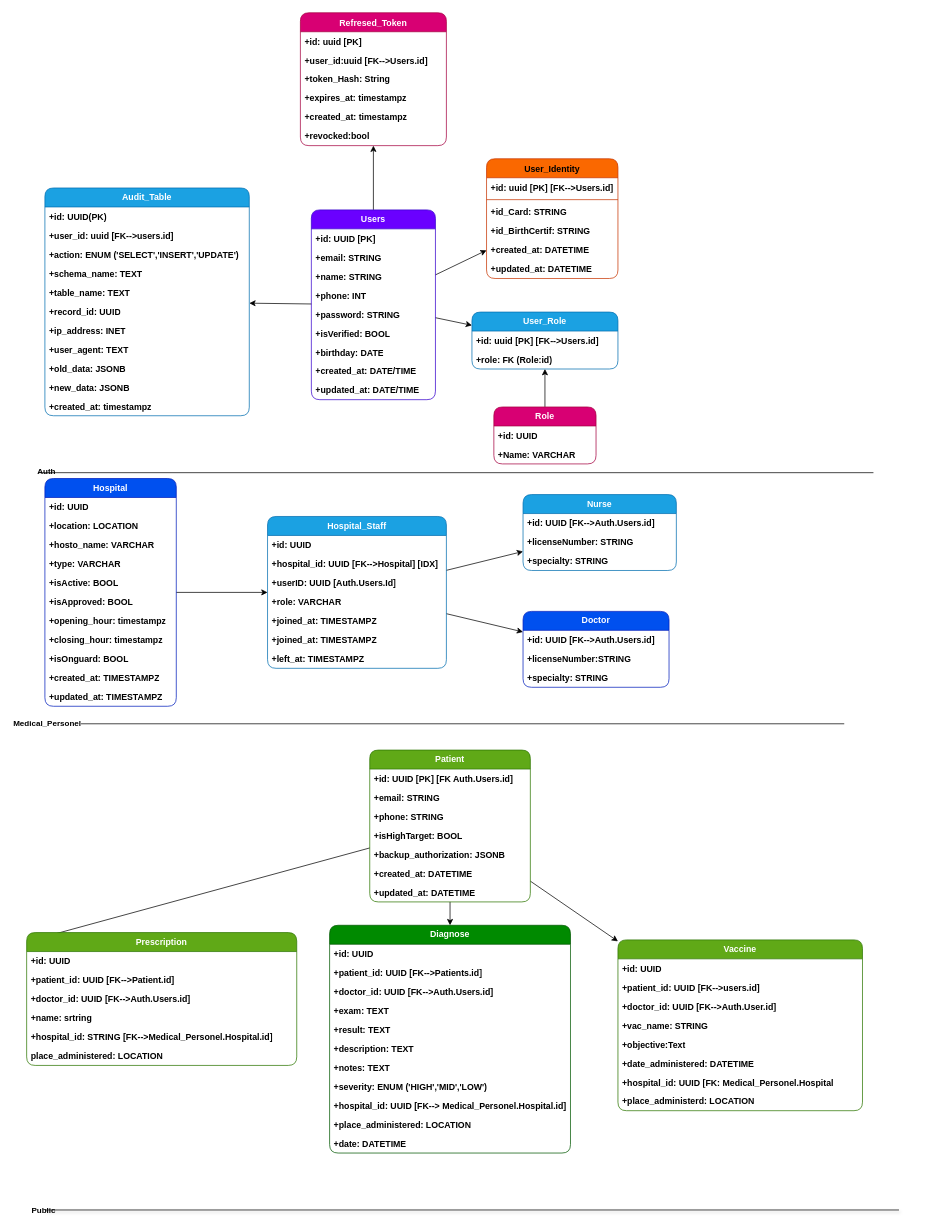
Above: page "Database" (1 of 3) of diagrams/diagrams.drawio in juanvictorqwerty/MedicalPortal (draw.io), before the change. Source tidied: cells renumbered, new cells numbered last; positions are measured from the earlier drawing's top-left corner, leaving out a move shared by most shapes. Both pictures are drawn from the tidied source at 73%, with x=0, y=0 at pixel (26, 12).
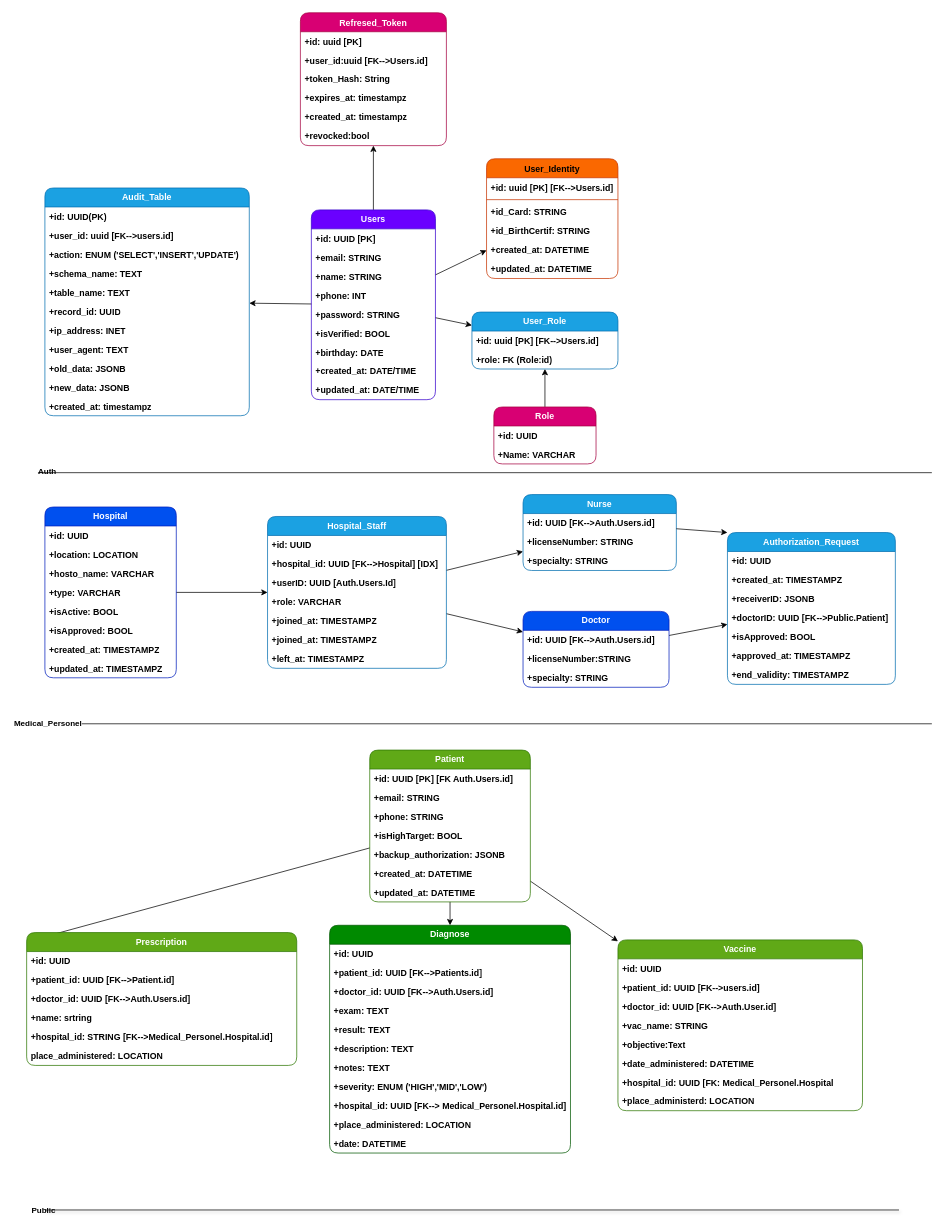
Above is the later version.

Commit message (it also covers changes not shown here):
feat: add Authorization_Request entity and update database diagram layout

The change refers to these unchanged cells:
```xml
<mxCell id="68" value="+id: UUID [FK--&amp;gt;Auth.Users.id]" style="text;strokeColor=none;fillColor=none;align=left;verticalAlign=top;spacingLeft=4;spacingRight=4;overflow=hidden;points=[[0,0.5],[1,0.5]];portConstraint=eastwest;whiteSpace=wrap;html=1;labelBackgroundColor=none;fontStyle=1;" parent="67" vertex="1">
  <mxGeometry y="26" width="210" height="26" as="geometry" />
</mxCell>
<mxCell id="71" value="Doctor" style="swimlane;fontStyle=1;horizontal=1;startSize=26;fillColor=#0050ef;whiteSpace=wrap;html=1;rounded=1;fontColor=#ffffff;strokeColor=#001DBC;labelBackgroundColor=none;" parent="1" vertex="1">
  <mxGeometry x="680" y="820" width="200" height="104" as="geometry" />
</mxCell>
```

The edit, as a diff of the source:
```diff
@@
     <mxCell id="42" style="endArrow=none;html=1;labelBackgroundColor=none;fontStyle=1;" parent="1" edge="1">
       <mxGeometry relative="1" as="geometry">
         <mxPoint x="15.5" y="630" as="sourcePoint" />
-        <mxPoint x="1160" y="630" as="targetPoint" />
+        <mxPoint x="1240" y="630" as="targetPoint" />
       </mxGeometry>
     </mxCell>
@@
     <mxCell id="45" value="Hospital" style="swimlane;fontStyle=1;horizontal=1;startSize=26;fillColor=#0050ef;whiteSpace=wrap;html=1;rounded=1;strokeColor=#001DBC;fontColor=#ffffff;labelBackgroundColor=none;" parent="1" vertex="1">
-      <mxGeometry x="25" y="638" width="180" height="312" as="geometry" />
+      <mxGeometry x="25" y="677" width="180" height="234" as="geometry" />
     </mxCell>
@@
-    <mxCell id="52" value="+opening_hour: timestampz" style="text;strokeColor=none;fillColor=none;align=left;verticalAlign=top;spacingLeft=4;spacingRight=4;overflow=hidden;whiteSpace=wrap;html=1;labelBackgroundColor=none;fontStyle=1;" parent="45" vertex="1">
-      <mxGeometry y="182" width="180" height="26" as="geometry" />
-    </mxCell>
-    <mxCell id="53" value="+closing_hour: timestampz" style="text;strokeColor=none;fillColor=none;align=left;verticalAlign=top;spacingLeft=4;spacingRight=4;overflow=hidden;whiteSpace=wrap;html=1;labelBackgroundColor=none;fontStyle=1;" parent="45" vertex="1">
-      <mxGeometry y="208" width="180" height="26" as="geometry" />
-    </mxCell>
-    <mxCell id="54" value="+isOnguard: BOOL" style="text;strokeColor=none;fillColor=none;align=left;verticalAlign=top;spacingLeft=4;spacingRight=4;overflow=hidden;whiteSpace=wrap;html=1;labelBackgroundColor=none;fontStyle=1;" parent="45" vertex="1">
-      <mxGeometry y="234" width="180" height="26" as="geometry" />
-    </mxCell>
     <mxCell id="55" value="+created_at: TIMESTAMPZ" style="text;strokeColor=none;fillColor=none;align=left;verticalAlign=top;spacingLeft=4;spacingRight=4;overflow=hidden;whiteSpace=wrap;html=1;labelBackgroundColor=none;fontStyle=1;" parent="45" vertex="1">
-      <mxGeometry y="260" width="180" height="26" as="geometry" />
+      <mxGeometry y="182" width="180" height="26" as="geometry" />
     </mxCell>
     <mxCell id="56" value="+updated_at: TIMESTAMPZ" style="text;strokeColor=none;fillColor=none;align=left;verticalAlign=top;spacingLeft=4;spacingRight=4;overflow=hidden;whiteSpace=wrap;html=1;labelBackgroundColor=none;fontStyle=1;" parent="45" vertex="1">
-      <mxGeometry y="286" width="180" height="26" as="geometry" />
+      <mxGeometry y="208" width="180" height="26" as="geometry" />
     </mxCell>
@@
+    <mxCell id="125" style="edgeStyle=none;html=1;fontStyle=1;" parent="1" edge="1" source="71" target="126">
+      <mxGeometry relative="1" as="geometry" />
+    </mxCell>
@@
     <mxCell id="75" style="endArrow=none;html=1;labelBackgroundColor=none;fontStyle=1;" parent="1" edge="1">
       <mxGeometry relative="1" as="geometry">
         <mxPoint x="10" y="974" as="sourcePoint" />
-        <mxPoint x="1120" y="974" as="targetPoint" />
+        <mxPoint x="1240" y="974" as="targetPoint" />
       </mxGeometry>
     </mxCell>
@@
+    <mxCell id="126" value="Authorization_Request" style="swimlane;fontStyle=1;horizontal=1;startSize=26;rounded=1;fillColor=#1ba1e2;fontColor=#ffffff;strokeColor=#006EAF;" parent="1" vertex="1">
+      <mxGeometry x="960" y="712" width="230" height="208" as="geometry" />
+    </mxCell>
+    <mxCell id="127" value="+id: UUID" style="text;strokeColor=none;fillColor=none;align=left;verticalAlign=top;spacingLeft=4;spacingRight=4;overflow=hidden;rounded=1;fontStyle=1;" parent="126" vertex="1">
+      <mxGeometry y="26" width="230" height="26" as="geometry" />
+    </mxCell>
+    <mxCell id="128" value="+created_at: TIMESTAMPZ" style="text;strokeColor=none;fillColor=none;align=left;verticalAlign=top;spacingLeft=4;spacingRight=4;overflow=hidden;fontStyle=1;" parent="126" vertex="1">
+      <mxGeometry y="52" width="230" height="26" as="geometry" />
+    </mxCell>
+    <mxCell id="129" value="+receiverID: JSONB" style="text;strokeColor=none;fillColor=none;align=left;verticalAlign=top;spacingLeft=4;spacingRight=4;overflow=hidden;fontStyle=1;" parent="126" vertex="1">
+      <mxGeometry y="78" width="230" height="26" as="geometry" />
+    </mxCell>
+    <mxCell id="130" value="+doctorID: UUID [FK--&gt;Public.Patient]" style="text;strokeColor=none;fillColor=none;align=left;verticalAlign=top;spacingLeft=4;spacingRight=4;overflow=hidden;fontStyle=1;" parent="126" vertex="1">
+      <mxGeometry y="104" width="230" height="26" as="geometry" />
+    </mxCell>
+    <mxCell id="131" value="+isApproved: BOOL" style="text;strokeColor=none;fillColor=none;align=left;verticalAlign=top;spacingLeft=4;spacingRight=4;overflow=hidden;fontStyle=1;" parent="126" vertex="1">
+      <mxGeometry y="130" width="230" height="26" as="geometry" />
+    </mxCell>
+    <mxCell id="132" value="+approved_at: TIMESTAMPZ" style="text;strokeColor=none;fillColor=none;align=left;verticalAlign=top;spacingLeft=4;spacingRight=4;overflow=hidden;fontStyle=1;" parent="126" vertex="1">
+      <mxGeometry y="156" width="230" height="26" as="geometry" />
+    </mxCell>
+    <mxCell id="133" value="+end_validity: TIMESTAMPZ" style="text;strokeColor=none;fillColor=none;align=left;verticalAlign=top;spacingLeft=4;spacingRight=4;overflow=hidden;fontStyle=1;" parent="126" vertex="1">
+      <mxGeometry y="182" width="230" height="26" as="geometry" />
+    </mxCell>
+    <mxCell id="134" style="edgeStyle=none;html=1;entryX=0;entryY=0;entryDx=0;entryDy=0;fontStyle=1;" parent="1" edge="1" source="68" target="126">
+      <mxGeometry relative="1" as="geometry" />
+    </mxCell>
```
